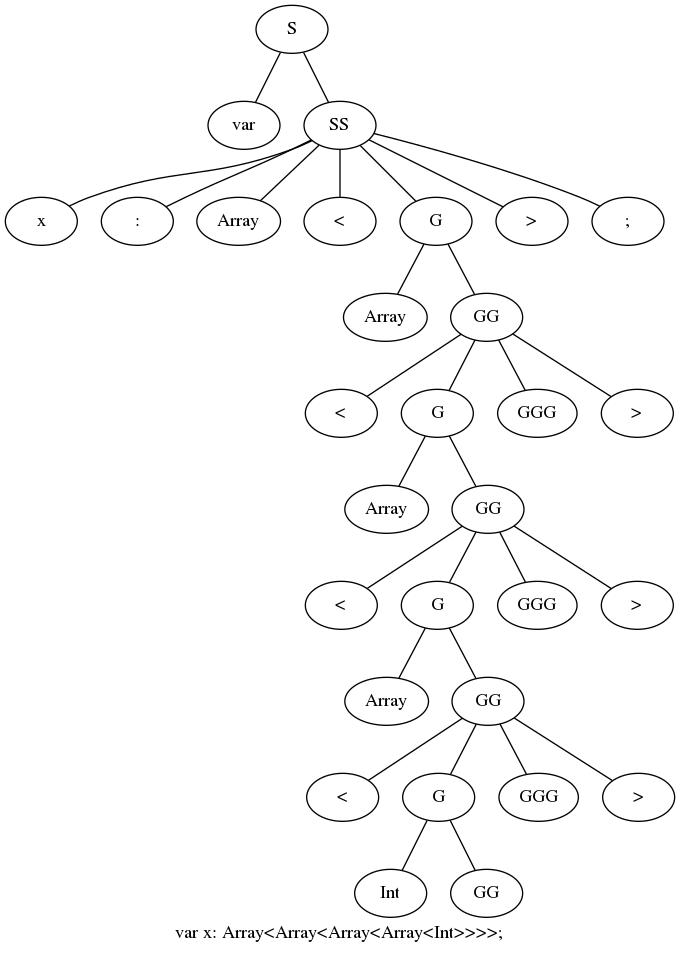
Earlier version of the Graphviz export graphs/deep.dot.png (Garuda-1/MT_HW2). Its source is kept beside it as graphs/deep.dot.
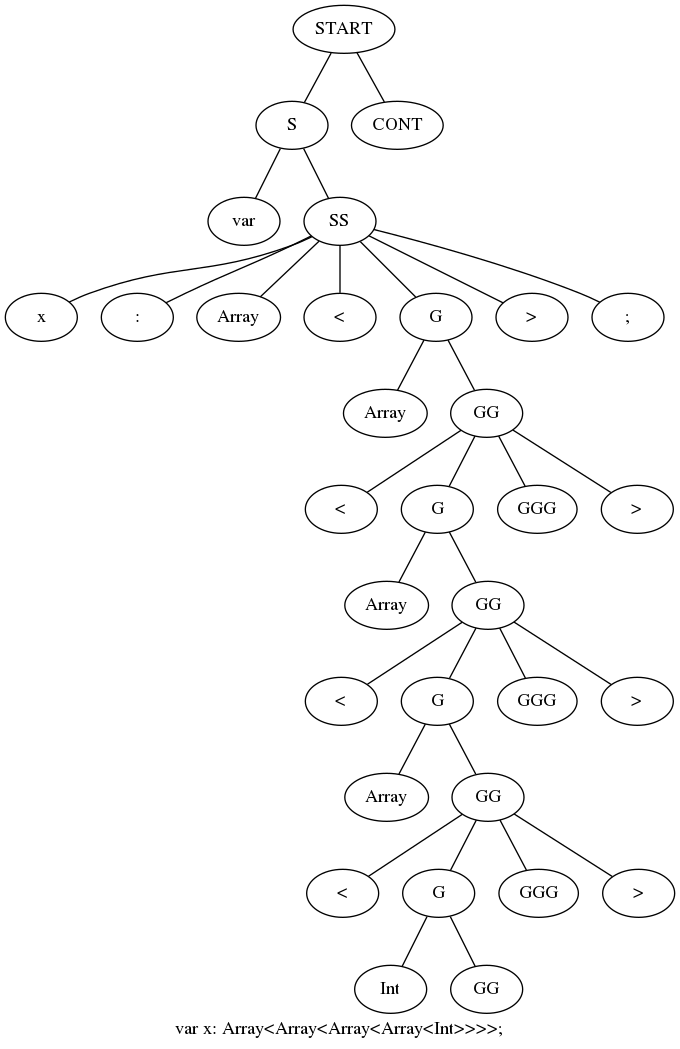
After the commit.

Change to the diagram source:
```diff
@@ -3,63 +3,67 @@
 	label="var x: Array<Array<Array<Array<Int>>>>;"
 
 	n000 ;
-	n000 [label="S"] ;
+	n000 [label="START"] ;
 	n000 -- n001 ;
 	n000 -- n002 ;
-	n001 [label="var"] ;
-	n002 [label="SS"] ;
-	n002 -- n003 ;
-	n002 -- n004 ;
-	n002 -- n005 ;
-	n002 -- n006 ;
-	n002 -- n007 ;
-	n002 -- n008 ;
-	n002 -- n009 ;
-	n003 [label="x"] ;
-	n004 [label=":"] ;
-	n005 [label="Array"] ;
-	n006 [label="<"] ;
-	n007 [label="G"] ;
-	n007 -- n010 ;
-	n007 -- n011 ;
-	n008 [label=">"] ;
-	n009 [label=";"] ;
-	n010 [label="Array"] ;
-	n011 [label="GG"] ;
-	n011 -- n012 ;
-	n011 -- n013 ;
-	n011 -- n014 ;
-	n011 -- n015 ;
-	n012 [label="<"] ;
-	n013 [label="G"] ;
+	n001 [label="S"] ;
+	n001 -- n003 ;
+	n001 -- n004 ;
+	n002 [label="CONT"] ;
+	n003 [label="var"] ;
+	n004 [label="SS"] ;
+	n004 -- n005 ;
+	n004 -- n006 ;
+	n004 -- n007 ;
+	n004 -- n008 ;
+	n004 -- n009 ;
+	n004 -- n010 ;
+	n004 -- n011 ;
+	n005 [label="x"] ;
+	n006 [label=":"] ;
+	n007 [label="Array"] ;
+	n008 [label="<"] ;
+	n009 [label="G"] ;
+	n009 -- n012 ;
+	n009 -- n013 ;
+	n010 [label=">"] ;
+	n011 [label=";"] ;
+	n012 [label="Array"] ;
+	n013 [label="GG"] ;
+	n013 -- n014 ;
+	n013 -- n015 ;
 	n013 -- n016 ;
 	n013 -- n017 ;
-	n014 [label="GGG"] ;
-	n015 [label=">"] ;
-	n016 [label="Array"] ;
-	n017 [label="GG"] ;
-	n017 -- n018 ;
-	n017 -- n019 ;
-	n017 -- n020 ;
-	n017 -- n021 ;
-	n018 [label="<"] ;
-	n019 [label="G"] ;
+	n014 [label="<"] ;
+	n015 [label="G"] ;
+	n015 -- n018 ;
+	n015 -- n019 ;
+	n016 [label="GGG"] ;
+	n017 [label=">"] ;
+	n018 [label="Array"] ;
+	n019 [label="GG"] ;
+	n019 -- n020 ;
+	n019 -- n021 ;
 	n019 -- n022 ;
 	n019 -- n023 ;
-	n020 [label="GGG"] ;
-	n021 [label=">"] ;
-	n022 [label="Array"] ;
-	n023 [label="GG"] ;
-	n023 -- n024 ;
-	n023 -- n025 ;
-	n023 -- n026 ;
-	n023 -- n027 ;
-	n024 [label="<"] ;
-	n025 [label="G"] ;
+	n020 [label="<"] ;
+	n021 [label="G"] ;
+	n021 -- n024 ;
+	n021 -- n025 ;
+	n022 [label="GGG"] ;
+	n023 [label=">"] ;
+	n024 [label="Array"] ;
+	n025 [label="GG"] ;
+	n025 -- n026 ;
+	n025 -- n027 ;
 	n025 -- n028 ;
 	n025 -- n029 ;
-	n026 [label="GGG"] ;
-	n027 [label=">"] ;
-	n028 [label="Int"] ;
-	n029 [label="GG"] ;
+	n026 [label="<"] ;
+	n027 [label="G"] ;
+	n027 -- n030 ;
+	n027 -- n031 ;
+	n028 [label="GGG"] ;
+	n029 [label=">"] ;
+	n030 [label="Int"] ;
+	n031 [label="GG"] ;
 	}
```
